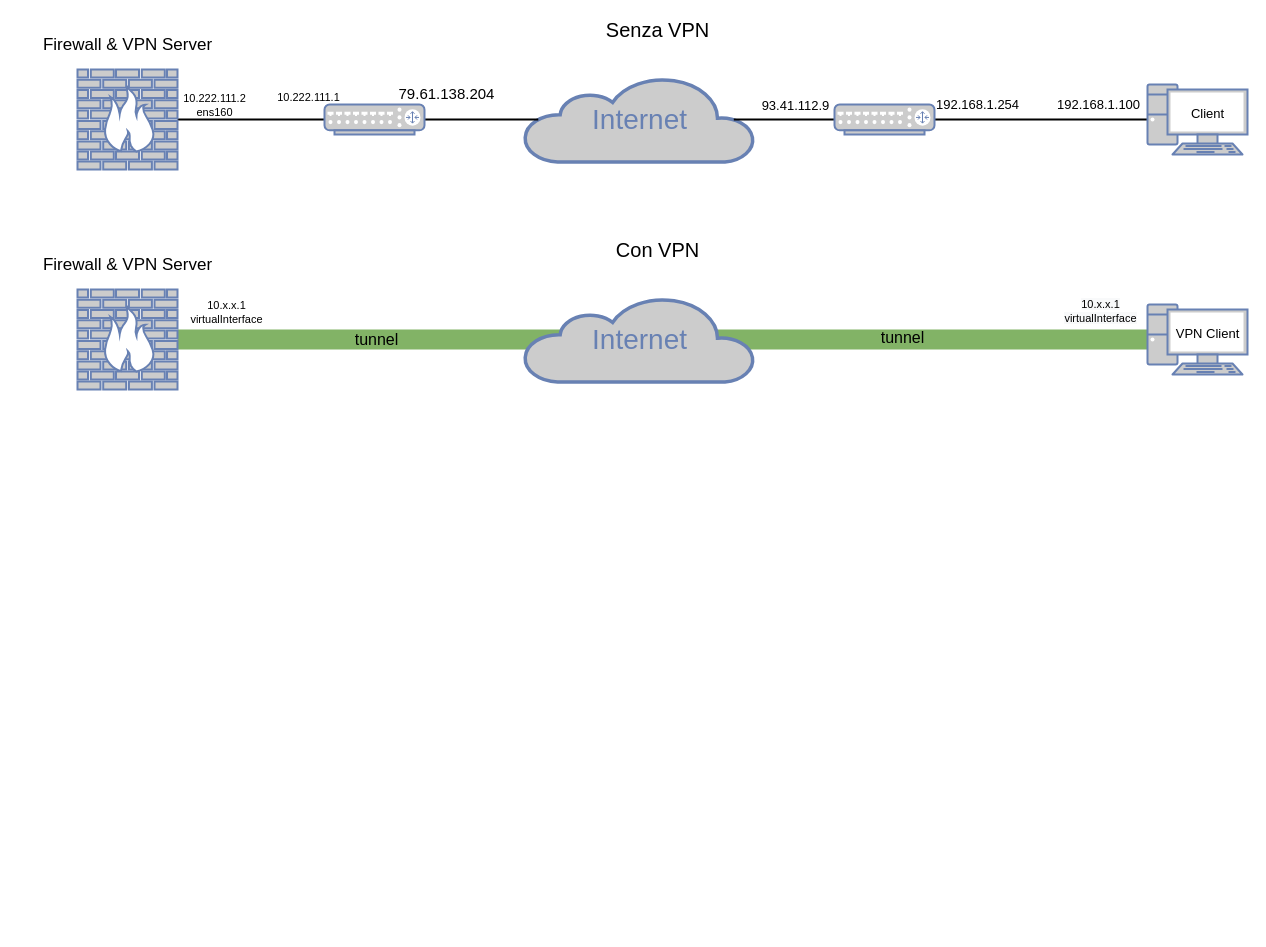
This is page "Copy of Page-1" (2 of 5) of networkDiagram.drawio from filippovisconti/thesis, a draw.io file, before an edit. Source tidied: cells renumbered, new cells numbered last; positions are measured from the earlier drawing's top-left corner, leaving out a move shared by most shapes. Both pictures are drawn from the tidied source at 100%, with x=0, y=0 at pixel (37, 19).
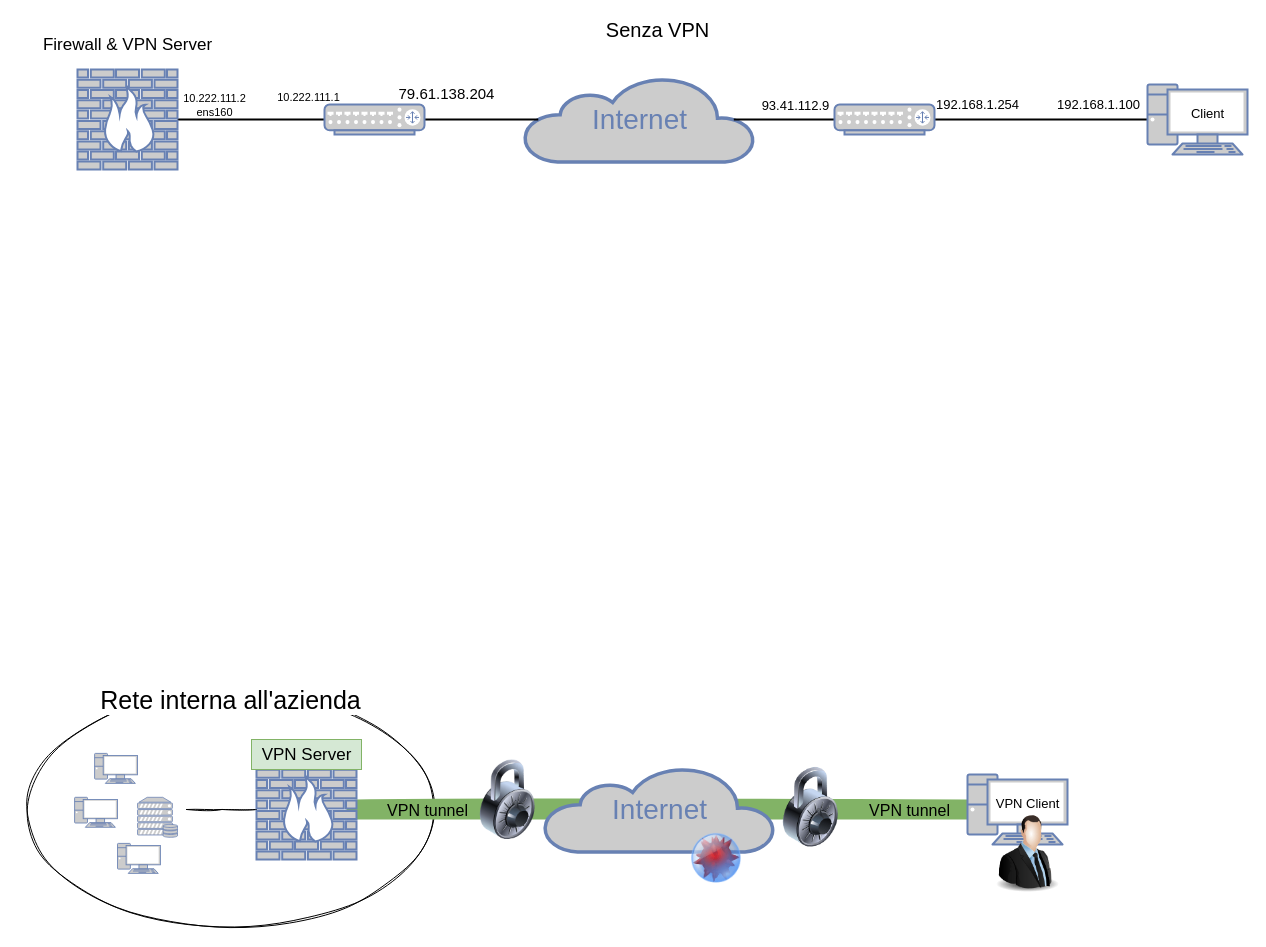
Above is the later version.

What changed in the source:
```diff
@@
+    <mxCell id="31" style="ellipse;whiteSpace=wrap;html=1;fontSize=25;fontColor=#000000;fillColor=none;shadow=0;sketch=1;" parent="1" vertex="1">
+      <mxGeometry x="-20" y="670" width="426" height="240" as="geometry" />
+    </mxCell>
@@
-    <mxCell id="20" style="edgeStyle=none;html=1;labelBackgroundColor=none;endArrow=none;endFill=0;strokeWidth=20;fontFamily=Verdana;fontSize=28;fontColor=#6881B3;entryX=0;entryY=0.5;entryDx=0;entryDy=0;entryPerimeter=0;fillColor=#d5e8d4;strokeColor=#82b366;" parent="1" edge="1" source="25" target="27">
+    <mxCell id="20" style="edgeStyle=none;html=1;labelBackgroundColor=none;endArrow=none;endFill=0;strokeWidth=20;fontFamily=Verdana;fontSize=28;fontColor=#6881B3;entryX=0;entryY=0.5;entryDx=0;entryDy=0;entryPerimeter=0;fillColor=#d5e8d4;strokeColor=#82b366;sketch=1;" parent="1" edge="1" source="25" target="27">
       <mxGeometry relative="1" as="geometry" />
     </mxCell>
-    <mxCell id="21" value="10.x.x.1&lt;br&gt;virtualInterface" style="edgeLabel;html=1;align=center;verticalAlign=middle;labelBackgroundColor=none;" parent="20" vertex="1">
-      <mxGeometry x="-0.67" y="3" relative="1" as="geometry">
-        <mxPoint x="-112" y="-25" as="offset" />
-      </mxGeometry>
-    </mxCell>
-    <mxCell id="22" value="&lt;span style=&quot;font-size: 11px; background-color: rgb(248, 249, 250);&quot;&gt;10.x.x.1&lt;/span&gt;&lt;br style=&quot;font-size: 11px; background-color: rgb(248, 249, 250);&quot;&gt;&lt;span style=&quot;font-size: 11px; background-color: rgb(248, 249, 250);&quot;&gt;virtualInterface&lt;/span&gt;" style="edgeLabel;html=1;align=center;verticalAlign=middle;fontSize=11;labelBackgroundColor=none;" parent="20" vertex="1">
-      <mxGeometry x="0.9" y="1" relative="1" as="geometry">
-        <mxPoint y="-28" as="offset" />
-      </mxGeometry>
-    </mxCell>
-    <mxCell id="23" value="&lt;font style=&quot;font-size: 16px;&quot;&gt;tunnel&lt;/font&gt;" style="edgeLabel;html=1;align=center;verticalAlign=middle;fontSize=20;labelBackgroundColor=none;" parent="20" vertex="1">
+    <mxCell id="23" value="&lt;font style=&quot;font-size: 16px;&quot;&gt;VPN tunnel&lt;/font&gt;" style="edgeLabel;html=1;align=center;verticalAlign=middle;fontSize=20;labelBackgroundColor=none;" parent="20" vertex="1">
       <mxGeometry x="-0.59" y="1" relative="1" as="geometry">
-        <mxPoint x="-1" y="-2" as="offset" />
+        <mxPoint x="-55" y="-1" as="offset" />
       </mxGeometry>
     </mxCell>
-    <mxCell id="24" value="Internet" style="html=1;fillColor=#CCCCCC;strokeColor=#6881B3;gradientColor=none;gradientDirection=north;strokeWidth=2;shape=mxgraph.networks.cloud;fontColor=#6881B3;rounded=0;shadow=0;comic=0;align=center;fontSize=28;" parent="1" vertex="1">
-      <mxGeometry x="487" y="277.5" width="230" height="85" as="geometry" />
+    <mxCell id="24" value="Internet" style="html=1;fillColor=#CCCCCC;strokeColor=#6881B3;gradientColor=none;gradientDirection=north;strokeWidth=2;shape=mxgraph.networks.cloud;fontColor=#6881B3;rounded=0;shadow=0;comic=0;align=center;fontSize=28;sketch=0;" parent="1" vertex="1">
+      <mxGeometry x="507" y="747.5" width="230" height="85" as="geometry" />
     </mxCell>
+    <mxCell id="32" style="edgeStyle=orthogonalEdgeStyle;rounded=0;jettySize=auto;html=1;endArrow=none;endFill=0;sketch=1;" parent="1" edge="1" source="25">
+      <mxGeometry relative="1" as="geometry">
+        <mxPoint x="149" y="790" as="targetPoint" />
+      </mxGeometry>
+    </mxCell>
     <mxCell id="25" style="fontColor=#0066CC;verticalAlign=top;verticalLabelPosition=bottom;labelPosition=center;align=center;html=1;fillColor=#CCCCCC;strokeColor=#6881B3;gradientColor=none;gradientDirection=north;strokeWidth=2;shape=mxgraph.networks.firewall;rounded=0;shadow=0;comic=0;" parent="1" vertex="1">
-      <mxGeometry x="40" y="270" width="100" height="100" as="geometry" />
+      <mxGeometry x="219" y="740" width="100" height="100" as="geometry" />
     </mxCell>
-    <mxCell id="26" value="&lt;font style=&quot;font-size: 17px;&quot;&gt;Firewall &amp;amp; VPN Server&lt;/font&gt;" style="text;html=1;align=center;verticalAlign=middle;strokeColor=none;fillColor=none;fontSize=19;" parent="1" vertex="1">
-      <mxGeometry y="230" width="180" height="30" as="geometry" />
+    <mxCell id="26" value="&lt;font style=&quot;font-size: 17px;&quot;&gt;VPN Server&lt;/font&gt;" style="text;html=1;align=center;verticalAlign=middle;strokeColor=#82b366;fillColor=#d5e8d4;fontSize=19;glass=0;sketch=0;shadow=0;" parent="1" vertex="1">
+      <mxGeometry x="214" y="720" width="110" height="30" as="geometry" />
     </mxCell>
     <mxCell id="27" style="fontColor=#0066CC;verticalAlign=top;verticalLabelPosition=bottom;labelPosition=center;align=center;html=1;outlineConnect=0;fillColor=#CCCCCC;strokeColor=#6881B3;gradientColor=none;gradientDirection=north;strokeWidth=2;shape=mxgraph.networks.pc;labelBackgroundColor=none;fontSize=13;" parent="1" vertex="1">
-      <mxGeometry x="1110" y="285" width="100" height="70" as="geometry" />
+      <mxGeometry x="930" y="755" width="100" height="70" as="geometry" />
     </mxCell>
     <mxCell id="28" value="VPN Client" style="text;html=1;align=center;verticalAlign=middle;strokeColor=none;fillColor=none;fontSize=13;" parent="1" vertex="1">
-      <mxGeometry x="1130" y="303.9" width="80" height="20" as="geometry" />
+      <mxGeometry x="950" y="773.9" width="80" height="20" as="geometry" />
     </mxCell>
-    <mxCell id="29" value="&lt;font style=&quot;font-size: 20px;&quot;&gt;Con VPN&lt;/font&gt;" style="text;html=1;align=center;verticalAlign=middle;strokeColor=none;fillColor=none;" parent="1" vertex="1">
-      <mxGeometry x="570" y="220" width="100" height="20" as="geometry" />
-    </mxCell>
-    <mxCell id="30" value="&lt;font style=&quot;font-size: 16px;&quot;&gt;tunnel&lt;/font&gt;" style="edgeLabel;html=1;align=center;verticalAlign=middle;fontSize=20;labelBackgroundColor=none;" parent="1" vertex="1">
-      <mxGeometry x="350" y="327" as="geometry">
-        <mxPoint x="514" y="-12" as="offset" />
+    <mxCell id="30" value="&lt;font style=&quot;font-size: 16px;&quot;&gt;VPN tunnel&lt;/font&gt;" style="edgeLabel;html=1;align=center;verticalAlign=middle;fontSize=20;labelBackgroundColor=none;" parent="1" vertex="1">
+      <mxGeometry x="354" y="793.9" as="geometry">
+        <mxPoint x="517" y="-5" as="offset" />
       </mxGeometry>
     </mxCell>
+    <mxCell id="33" value="Rete interna all'azienda" style="text;align=center;verticalAlign=middle;strokeColor=none;fillColor=none;fontSize=25;fontColor=#000000;rounded=0;glass=0;shadow=0;sketch=0;dashed=1;html=1;labelBorderColor=none;labelBackgroundColor=default;" parent="1" vertex="1">
+      <mxGeometry x="83" y="660" width="220" height="40" as="geometry" />
+    </mxCell>
+    <mxCell id="34" style="fontColor=#0066CC;verticalAlign=top;verticalLabelPosition=bottom;labelPosition=center;align=center;html=1;fillColor=#CCCCCC;strokeColor=#6881B3;gradientColor=none;gradientDirection=north;strokeWidth=2;shape=mxgraph.networks.pc;labelBackgroundColor=none;fontSize=13;" parent="1" vertex="1">
+      <mxGeometry x="57.1" y="733.9" width="42.9" height="30" as="geometry" />
+    </mxCell>
+    <mxCell id="35" style="fontColor=#0066CC;verticalAlign=top;verticalLabelPosition=bottom;labelPosition=center;align=center;html=1;fillColor=#CCCCCC;strokeColor=#6881B3;gradientColor=none;gradientDirection=north;strokeWidth=2;shape=mxgraph.networks.pc;labelBackgroundColor=none;fontSize=13;" parent="1" vertex="1">
+      <mxGeometry x="80" y="823.9" width="42.9" height="30" as="geometry" />
+    </mxCell>
+    <mxCell id="36" style="fontColor=#0066CC;verticalAlign=top;verticalLabelPosition=bottom;labelPosition=center;align=center;html=1;fillColor=#CCCCCC;strokeColor=#6881B3;gradientColor=none;gradientDirection=north;strokeWidth=2;shape=mxgraph.networks.pc;labelBackgroundColor=none;fontSize=13;" parent="1" vertex="1">
+      <mxGeometry x="37.1" y="777.8" width="42.9" height="30" as="geometry" />
+    </mxCell>
+    <mxCell id="37" style="image;html=1;image=img/lib/clip_art/people/Suit_Man_128x128.png;shadow=0;glass=0;sketch=0;fontSize=20;fontColor=#000000;fillColor=none;" parent="1" vertex="1">
+      <mxGeometry x="950" y="793.9" width="80" height="80" as="geometry" />
+    </mxCell>
+    <mxCell id="38" style="image;html=1;image=img/lib/clip_art/general/Lock_128x128.png;shadow=0;glass=0;sketch=0;fontSize=20;fontColor=#000000;fillColor=none;" parent="1" vertex="1">
+      <mxGeometry x="430" y="740" width="80" height="80" as="geometry" />
+    </mxCell>
+    <mxCell id="39" style="image;html=1;image=img/lib/clip_art/general/Lock_128x128.png;shadow=0;glass=0;sketch=0;fontSize=20;fontColor=#000000;fillColor=none;" parent="1" vertex="1">
+      <mxGeometry x="733.2" y="747.5" width="80" height="80" as="geometry" />
+    </mxCell>
+    <mxCell id="40" style="fontColor=#0066CC;verticalAlign=top;verticalLabelPosition=bottom;labelPosition=center;align=center;html=1;fillColor=#CCCCCC;strokeColor=#6881B3;gradientColor=none;gradientDirection=north;strokeWidth=2;shape=mxgraph.networks.server_storage;shadow=0;glass=0;sketch=0;fontSize=20;" parent="1" vertex="1">
+      <mxGeometry x="100" y="777.8" width="40" height="40" as="geometry" />
+    </mxCell>
+    <mxCell id="41" style="image;html=1;image=img/lib/clip_art/computers/Antivirus_128x128.png;rounded=0;shadow=0;glass=0;dashed=1;labelBackgroundColor=default;labelBorderColor=none;sketch=0;fontSize=20;fontColor=#000000;fillColor=none;" parent="1" vertex="1">
+      <mxGeometry x="650" y="813.9" width="58" height="50" as="geometry" />
+    </mxCell>
```
